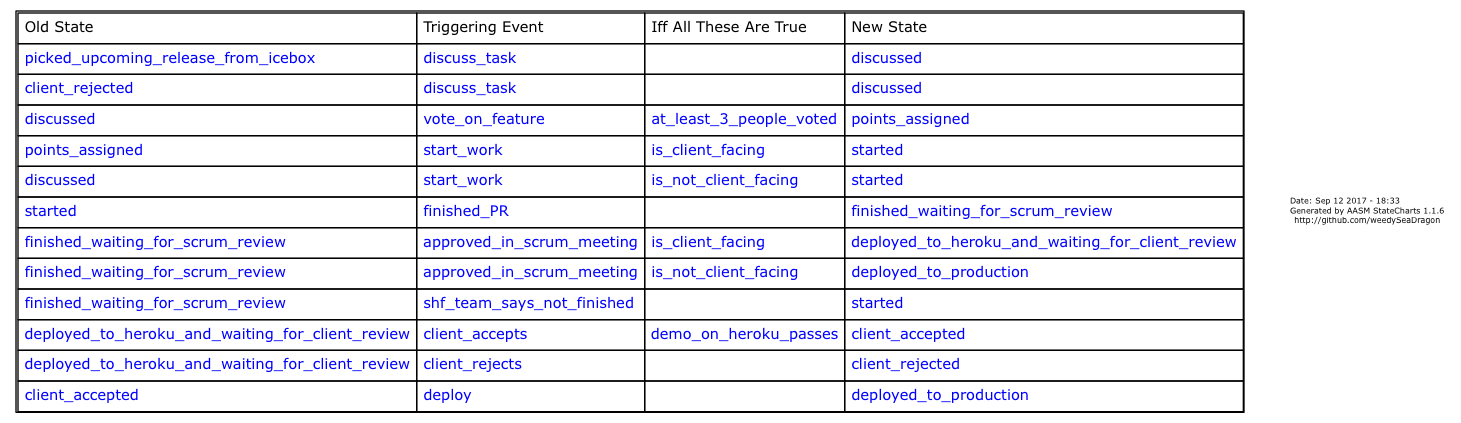
Before: docs/dev-workflow/pivotal_tracker_feature_table.dot.png, a diagram exported from Graphviz (ashley-engelund/aengelund-shf-project). Its source is kept beside it as docs/dev-workflow/pivotal_tracker_feature_table.dot. Its diagram source:
```dot
digraph statechart {
	graph [bb="0,0,1571.9,1114.5",
		bgcolor=white,
		rankdir=TB
	];
	node [fontcolor=blue,
		fontname=Verdana,
		fontsize=11,
		label="\N",
		penwidth=2,
		shape=Mrecord
	];
	edge [dir=forward,
		fontname=Arial,
		fontsize=11,
		penwidth=0.7
	];
	"State Transition Table"	 [height=4.2917,
		label=<<TABLE CELLPADDING="4" CELLSPACING="0" TITLE="State Transition Table"><TR><TD ALIGN="LEFT"><FONT COLOR="black">Old State</FONT></TD><TD ALIGN="LEFT"><FONT COLOR="black">Triggering Event</FONT></TD><TD ALIGN="LEFT"><FONT COLOR="black">Iff All These Are True</FONT></TD><TD ALIGN="LEFT"><FONT COLOR="black">New State</FONT></TD></TR><TR><TD ALIGN="LEFT">picked_upcoming_release_from_icebox</TD><TD ALIGN="LEFT">discuss_task</TD><TD ALIGN="LEFT"></TD><TD ALIGN="LEFT">discussed</TD></TR><TR><TD ALIGN="LEFT">client_rejected</TD><TD ALIGN="LEFT">discuss_task</TD><TD ALIGN="LEFT"></TD><TD ALIGN="LEFT">discussed</TD></TR><TR><TD ALIGN="LEFT">discussed</TD><TD ALIGN="LEFT">vote_on_feature</TD><TD ALIGN="LEFT">at_least_3_people_voted</TD><TD ALIGN="LEFT">points_assigned</TD></TR><TR><TD ALIGN="LEFT">points_assigned</TD><TD ALIGN="LEFT">start_work</TD><TD ALIGN="LEFT">is_client_facing</TD><TD ALIGN="LEFT">started</TD></TR><TR><TD ALIGN="LEFT">discussed</TD><TD ALIGN="LEFT">start_work</TD><TD ALIGN="LEFT">is_not_client_facing</TD><TD ALIGN="LEFT">started</TD></TR><TR><TD ALIGN="LEFT">started</TD><TD ALIGN="LEFT">finished_PR</TD><TD ALIGN="LEFT"></TD><TD ALIGN="LEFT">finished_waiting_for_scrum_review</TD></TR><TR><TD ALIGN="LEFT">finished_waiting_for_scrum_review</TD><TD ALIGN="LEFT">approved_in_scrum_meeting</TD><TD ALIGN="LEFT">is_client_facing</TD><TD ALIGN="LEFT">deployed_to_heroku_and_waiting_for_client_review</TD></TR><TR><TD ALIGN="LEFT">finished_waiting_for_scrum_review</TD><TD ALIGN="LEFT">approved_in_scrum_meeting</TD><TD ALIGN="LEFT">is_not_client_facing</TD><TD ALIGN="LEFT">deployed_to_production</TD></TR><TR><TD ALIGN="LEFT">finished_waiting_for_scrum_review</TD><TD ALIGN="LEFT">shf_team_says_not_finished</TD><TD ALIGN="LEFT"></TD><TD ALIGN="LEFT">started</TD></TR><TR><TD ALIGN="LEFT">deployed_to_heroku_and_waiting_for_client_review</TD><TD ALIGN="LEFT">client_accepts</TD><TD ALIGN="LEFT">demo_on_heroku_passes</TD><TD ALIGN="LEFT">client_accepted</TD></TR><TR><TD ALIGN="LEFT">deployed_to_heroku_and_waiting_for_client_review</TD><TD ALIGN="LEFT">client_rejects</TD><TD ALIGN="LEFT"></TD><TD ALIGN="LEFT">client_rejected</TD></TR><TR><TD ALIGN="LEFT">client_accepted</TD><TD ALIGN="LEFT">deploy</TD><TD ALIGN="LEFT"></TD><TD ALIGN="LEFT">deployed_to_production</TD></TR></TABLE>>,
		pos="954,960.04",
		shape=plaintext,
		width=13.014];
	footer	 [fontcolor=black,
		fontsize=6,
		height=0.5,
		label="Date: Sep 12 2017 - 18:33\lGenerated by AASM StateCharts 1.1.6\lhttp://github.com/weedySeaDragon",
		pos="1506,960.04",
		shape=plaintext,
		width=1.831];
}
```
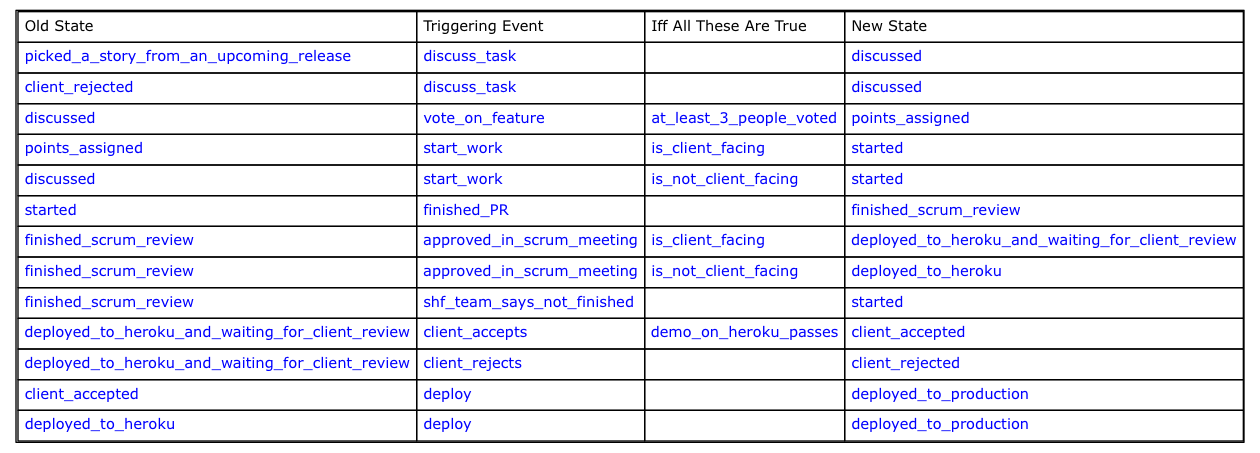
After the commit.

Commit message:
PT workflow: add state for deploy_to_heroku if not client facing, other edits

Change to the diagram source:
```diff
@@ -1,5 +1,5 @@
 digraph statechart {
-	graph [bb="0,0,1571.9,1114.5",
+	graph [bb="0,0,1644.9,1201.9",
 		bgcolor=white,
 		rankdir=TB
 	];
@@ -15,16 +15,9 @@
 		fontsize=11,
 		penwidth=0.7
 	];
-	"State Transition Table"	 [height=4.2917,
-		label=<<TABLE CELLPADDING="4" CELLSPACING="0" TITLE="State Transition Table"><TR><TD ALIGN="LEFT"><FONT COLOR="black">Old State</FONT></TD><TD ALIGN="LEFT"><FONT COLOR="black">Triggering Event</FONT></TD><TD ALIGN="LEFT"><FONT COLOR="black">Iff All These Are True</FONT></TD><TD ALIGN="LEFT"><FONT COLOR="black">New State</FONT></TD></TR><TR><TD ALIGN="LEFT">picked_upcoming_release_from_icebox</TD><TD ALIGN="LEFT">discuss_task</TD><TD ALIGN="LEFT"></TD><TD ALIGN="LEFT">discussed</TD></TR><TR><TD ALIGN="LEFT">client_rejected</TD><TD ALIGN="LEFT">discuss_task</TD><TD ALIGN="LEFT"></TD><TD ALIGN="LEFT">discussed</TD></TR><TR><TD ALIGN="LEFT">discussed</TD><TD ALIGN="LEFT">vote_on_feature</TD><TD ALIGN="LEFT">at_least_3_people_voted</TD><TD ALIGN="LEFT">points_assigned</TD></TR><TR><TD ALIGN="LEFT">points_assigned</TD><TD ALIGN="LEFT">start_work</TD><TD ALIGN="LEFT">is_client_facing</TD><TD ALIGN="LEFT">started</TD></TR><TR><TD ALIGN="LEFT">discussed</TD><TD ALIGN="LEFT">start_work</TD><TD ALIGN="LEFT">is_not_client_facing</TD><TD ALIGN="LEFT">started</TD></TR><TR><TD ALIGN="LEFT">started</TD><TD ALIGN="LEFT">finished_PR</TD><TD ALIGN="LEFT"></TD><TD ALIGN="LEFT">finished_waiting_for_scrum_review</TD></TR><TR><TD ALIGN="LEFT">finished_waiting_for_scrum_review</TD><TD ALIGN="LEFT">approved_in_scrum_meeting</TD><TD ALIGN="LEFT">is_client_facing</TD><TD ALIGN="LEFT">deployed_to_heroku_and_waiting_for_client_review</TD></TR><TR><TD ALIGN="LEFT">finished_waiting_for_scrum_review</TD><TD ALIGN="LEFT">approved_in_scrum_meeting</TD><TD ALIGN="LEFT">is_not_client_facing</TD><TD ALIGN="LEFT">deployed_to_production</TD></TR><TR><TD ALIGN="LEFT">finished_waiting_for_scrum_review</TD><TD ALIGN="LEFT">shf_team_says_not_finished</TD><TD ALIGN="LEFT"></TD><TD ALIGN="LEFT">started</TD></TR><TR><TD ALIGN="LEFT">deployed_to_heroku_and_waiting_for_client_review</TD><TD ALIGN="LEFT">client_accepts</TD><TD ALIGN="LEFT">demo_on_heroku_passes</TD><TD ALIGN="LEFT">client_accepted</TD></TR><TR><TD ALIGN="LEFT">deployed_to_heroku_and_waiting_for_client_review</TD><TD ALIGN="LEFT">client_rejects</TD><TD ALIGN="LEFT"></TD><TD ALIGN="LEFT">client_rejected</TD></TR><TR><TD ALIGN="LEFT">client_accepted</TD><TD ALIGN="LEFT">deploy</TD><TD ALIGN="LEFT"></TD><TD ALIGN="LEFT">deployed_to_production</TD></TR></TABLE>>,
-		pos="954,960.04",
+	"State Transition Table"	 [height=4.6111,
+		label=<<TABLE CELLPADDING="4" CELLSPACING="0" TITLE="State Transition Table"><TR><TD ALIGN="LEFT"><FONT COLOR="black">Old State</FONT></TD><TD ALIGN="LEFT"><FONT COLOR="black">Triggering Event</FONT></TD><TD ALIGN="LEFT"><FONT COLOR="black">Iff All These Are True</FONT></TD><TD ALIGN="LEFT"><FONT COLOR="black">New State</FONT></TD></TR><TR><TD ALIGN="LEFT">picked_a_story_from_an_upcoming_release</TD><TD ALIGN="LEFT">discuss_task</TD><TD ALIGN="LEFT"></TD><TD ALIGN="LEFT">discussed</TD></TR><TR><TD ALIGN="LEFT">client_rejected</TD><TD ALIGN="LEFT">discuss_task</TD><TD ALIGN="LEFT"></TD><TD ALIGN="LEFT">discussed</TD></TR><TR><TD ALIGN="LEFT">discussed</TD><TD ALIGN="LEFT">vote_on_feature</TD><TD ALIGN="LEFT">at_least_3_people_voted</TD><TD ALIGN="LEFT">points_assigned</TD></TR><TR><TD ALIGN="LEFT">points_assigned</TD><TD ALIGN="LEFT">start_work</TD><TD ALIGN="LEFT">is_client_facing</TD><TD ALIGN="LEFT">started</TD></TR><TR><TD ALIGN="LEFT">discussed</TD><TD ALIGN="LEFT">start_work</TD><TD ALIGN="LEFT">is_not_client_facing</TD><TD ALIGN="LEFT">started</TD></TR><TR><TD ALIGN="LEFT">started</TD><TD ALIGN="LEFT">finished_PR</TD><TD ALIGN="LEFT"></TD><TD ALIGN="LEFT">finished_scrum_review</TD></TR><TR><TD ALIGN="LEFT">finished_scrum_review</TD><TD ALIGN="LEFT">approved_in_scrum_meeting</TD><TD ALIGN="LEFT">is_client_facing</TD><TD ALIGN="LEFT">deployed_to_heroku_and_waiting_for_client_review</TD></TR><TR><TD ALIGN="LEFT">finished_scrum_review</TD><TD ALIGN="LEFT">approved_in_scrum_meeting</TD><TD ALIGN="LEFT">is_not_client_facing</TD><TD ALIGN="LEFT">deployed_to_heroku</TD></TR><TR><TD ALIGN="LEFT">finished_scrum_review</TD><TD ALIGN="LEFT">shf_team_says_not_finished</TD><TD ALIGN="LEFT"></TD><TD ALIGN="LEFT">started</TD></TR><TR><TD ALIGN="LEFT">deployed_to_heroku_and_waiting_for_client_review</TD><TD ALIGN="LEFT">client_accepts</TD><TD ALIGN="LEFT">demo_on_heroku_passes</TD><TD ALIGN="LEFT">client_accepted</TD></TR><TR><TD ALIGN="LEFT">deployed_to_heroku_and_waiting_for_client_review</TD><TD ALIGN="LEFT">client_rejects</TD><TD ALIGN="LEFT"></TD><TD ALIGN="LEFT">client_rejected</TD></TR><TR><TD ALIGN="LEFT">client_accepted</TD><TD ALIGN="LEFT">deploy</TD><TD ALIGN="LEFT"></TD><TD ALIGN="LEFT">deployed_to_production</TD></TR><TR><TD ALIGN="LEFT">deployed_to_heroku</TD><TD ALIGN="LEFT">deploy</TD><TD ALIGN="LEFT"></TD><TD ALIGN="LEFT">deployed_to_production</TD></TR></TABLE>>,
+		pos="1027,1035.9",
 		shape=plaintext,
 		width=13.014];
-	footer	 [fontcolor=black,
-		fontsize=6,
-		height=0.5,
-		label="Date: Sep 12 2017 - 18:33\lGenerated by AASM StateCharts 1.1.6\lhttp://github.com/weedySeaDragon",
-		pos="1506,960.04",
-		shape=plaintext,
-		width=1.831];
 }
```
